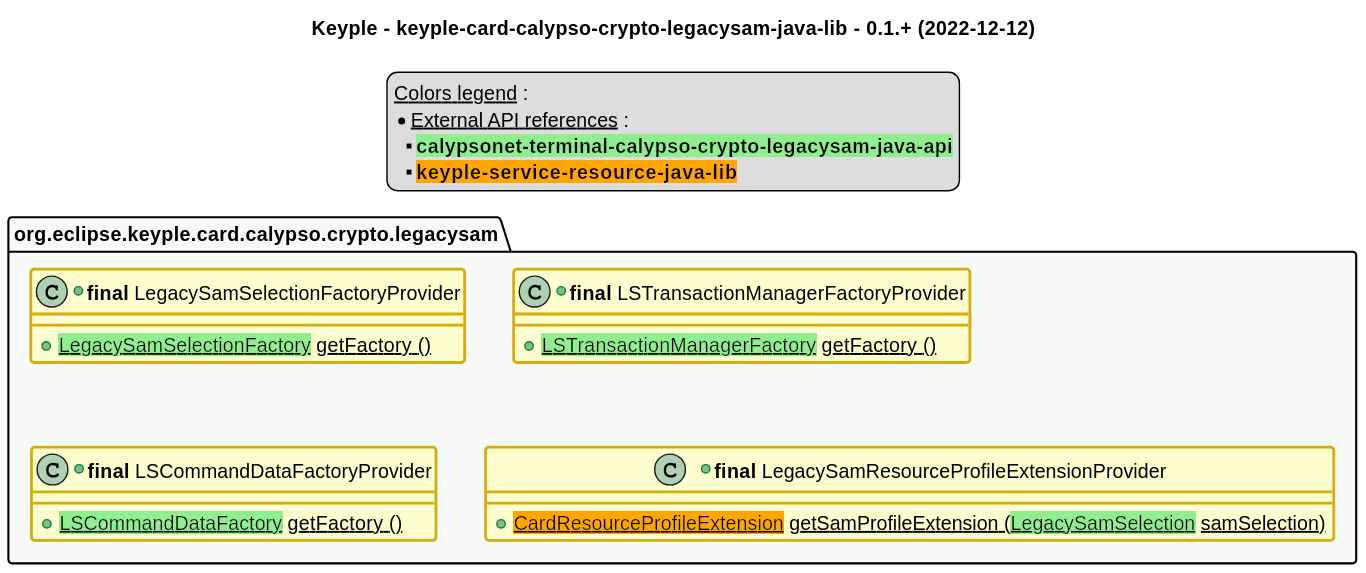
Above: src/main/uml/api_class_diagram.svg in eclipse-keyple/keyple-card-calypso-crypto-legacysam-java-lib (PlantUML), before the change.
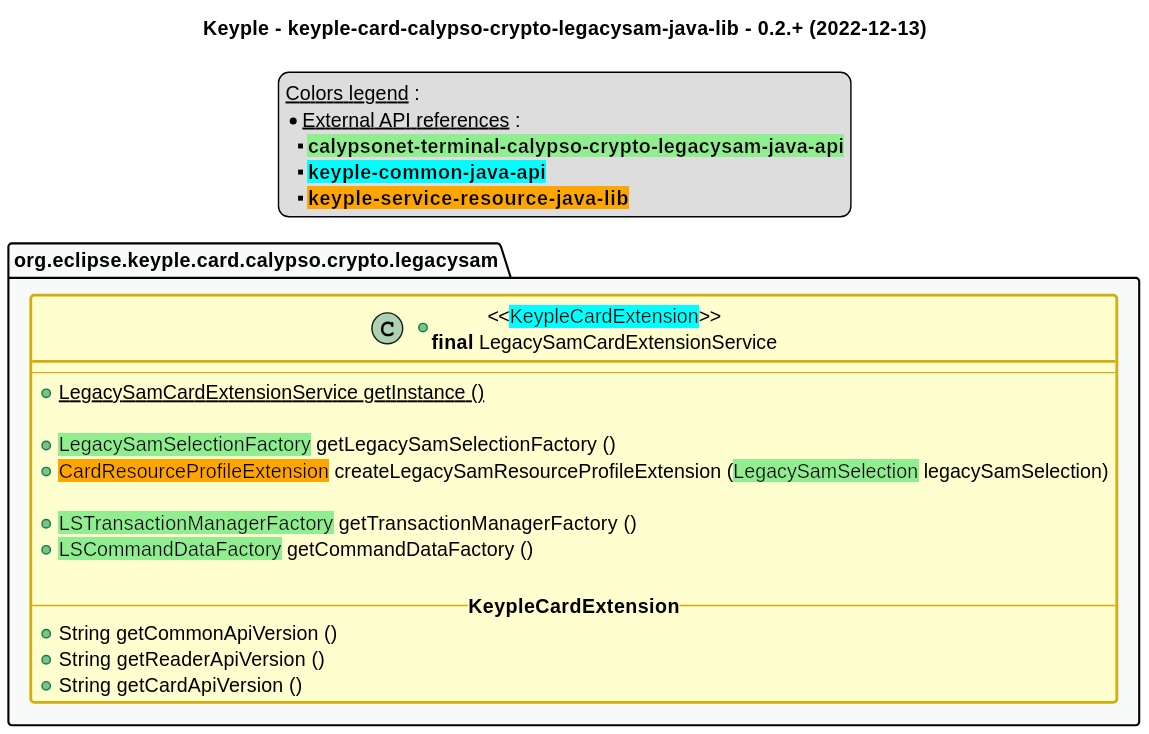
After the commit.

Commit message:
feat: add "LegacySamCardExtensionService" for centralization of all providers

Change to the diagram source:
```diff
@@ -1,6 +1,6 @@
 @startuml
 title
-    Keyple - keyple-card-calypso-crypto-legacysam-java-lib - 0.1.+ (2022-12-12)
+    Keyple - keyple-card-calypso-crypto-legacysam-java-lib - 0.2.+ (2022-12-13)
 end title
 
 
@@ -44,21 +44,25 @@
     __Colors legend__ :
     * __External API references__ :
     ** <back:lightgreen>**calypsonet-terminal-calypso-crypto-legacysam-java-api**</back>
+    ** <back:cyan>**keyple-common-java-api**</back>
     ** <back:orange>**keyple-service-resource-java-lib**</back>
 end legend
 
 package "org.eclipse.keyple.card.calypso.crypto.legacysam" as legacysam {
-    +class "**final** LegacySamSelectionFactoryProvider" as LegacySamSelectionFactoryProvider {
-        +{static} <back:lightgreen>LegacySamSelectionFactory</back> getFactory ()
-    }
-    +class "**final** LSTransactionManagerFactoryProvider" as LSTransactionManagerFactoryProvider {
-        +{static} <back:lightgreen>LSTransactionManagerFactory</back> getFactory ()
-    }
-    +class "**final** LSCommandDataFactoryProvider" as LSCommandDataFactoryProvider {
-        +{static} <back:lightgreen>LSCommandDataFactory</back> getFactory ()
-    }
-    +class "**final** LegacySamResourceProfileExtensionProvider" as LegacySamResourceProfileExtensionProvider {
-        +{static} <back:orange>CardResourceProfileExtension</back> getSamProfileExtension (<back:lightgreen>LegacySamSelection</back> samSelection)
+    +class "<<<back:cyan>KeypleCardExtension</back>>>\n**final** LegacySamCardExtensionService" as LegacySamCardExtensionService {
+        --
+        +{static} LegacySamCardExtensionService getInstance ()
+
+        +<back:lightgreen>LegacySamSelectionFactory</back> getLegacySamSelectionFactory ()
+        +<back:orange>CardResourceProfileExtension</back> createLegacySamResourceProfileExtension (<back:lightgreen>LegacySamSelection</back> legacySamSelection)
+
+        +<back:lightgreen>LSTransactionManagerFactory</back> getTransactionManagerFactory ()
+        +<back:lightgreen>LSCommandDataFactory</back> getCommandDataFactory ()
+
+        -- **KeypleCardExtension** --
+        +String getCommonApiVersion ()
+        +String getReaderApiVersion ()
+        +String getCardApiVersion ()
     }
 }
 
```
